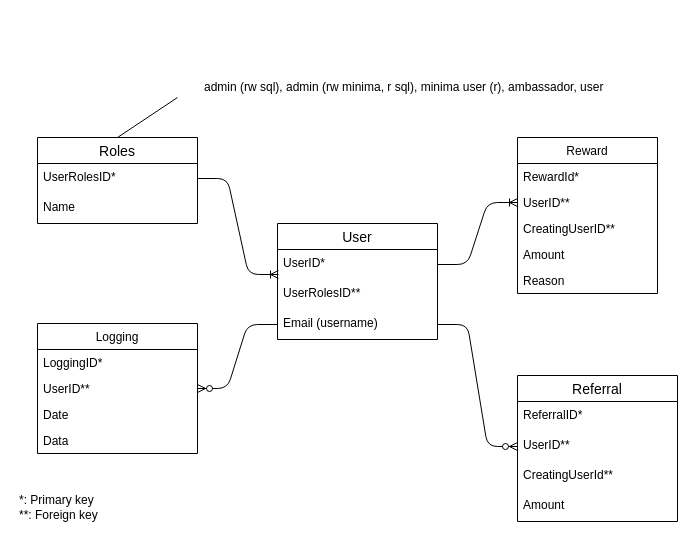
Earlier version of the draw.io diagram docs/images/dbase.drawio (minima-global/incentivecash). Source tidied: cells renumbered, new cells numbered last; positions are measured from the earlier drawing's top-left corner, leaving out a move shared by most shapes. Both pictures are drawn from the tidied source at 100%, with x=0, y=0 at pixel (17, 77).
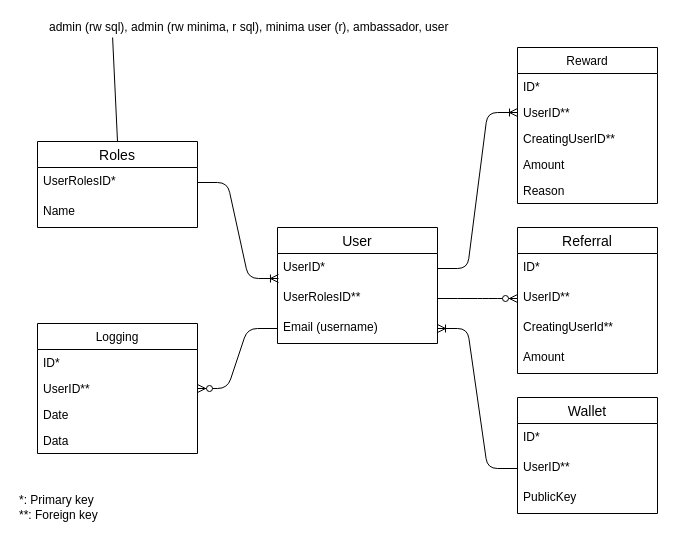
The same page after the edit.

Unchanged cells that the change refers to:
```xml
<mxCell id="4" value="UserRolesID**" style="text;strokeColor=none;fillColor=none;spacingLeft=4;spacingRight=4;overflow=hidden;points=[[0,0.5],[1,0.5]];portConstraint=eastwest;fontSize=12;" parent="2" vertex="1">
  <mxGeometry y="56" width="160" height="30" as="geometry" />
</mxCell>
<mxCell id="5" value="Email (username)" style="text;strokeColor=none;fillColor=none;spacingLeft=4;spacingRight=4;overflow=hidden;points=[[0,0.5],[1,0.5]];portConstraint=eastwest;fontSize=12;" parent="2" vertex="1">
  <mxGeometry y="86" width="160" height="30" as="geometry" />
</mxCell>
<mxCell id="15" value="Logging" style="swimlane;fontStyle=0;horizontal=1;startSize=26;fillColor=none;" parent="1" vertex="1">
  <mxGeometry x="20" y="246" width="160" height="130" as="geometry" />
</mxCell>
```

What changed in the source:
```diff
@@
     <mxCell id="2" value="User" style="swimlane;fontStyle=0;horizontal=1;startSize=26;align=center;fontSize=14;" parent="1" vertex="1">
-      <mxGeometry x="260" y="146" width="160" height="116" as="geometry" />
+      <mxGeometry x="260" y="150" width="160" height="116" as="geometry" />
     </mxCell>
@@
     <mxCell id="6" value="Roles" style="swimlane;fontStyle=0;horizontal=1;startSize=26;align=center;fontSize=14;" parent="1" vertex="1">
-      <mxGeometry x="20" y="60" width="160" height="86" as="geometry" />
+      <mxGeometry x="20" y="64" width="160" height="86" as="geometry" />
     </mxCell>
@@
     <mxCell id="9" value="Reward" style="swimlane;fontStyle=0;horizontal=1;startSize=26;fillColor=none;" parent="1" vertex="1">
-      <mxGeometry x="500" y="60" width="140" height="156" as="geometry" />
+      <mxGeometry x="500" y="-30" width="140" height="156" as="geometry" />
     </mxCell>
-    <mxCell id="10" value="RewardId*&#10;" style="text;strokeColor=none;fillColor=none;align=left;verticalAlign=top;spacingLeft=4;spacingRight=4;overflow=hidden;" parent="9" vertex="1">
+    <mxCell id="10" value="ID*" style="text;strokeColor=none;fillColor=none;align=left;verticalAlign=top;spacingLeft=4;spacingRight=4;overflow=hidden;" parent="9" vertex="1">
       <mxGeometry y="26" width="140" height="26" as="geometry" />
     </mxCell>
@@
-    <mxCell id="16" value="LoggingID*" style="text;strokeColor=none;fillColor=none;align=left;verticalAlign=top;spacingLeft=4;spacingRight=4;overflow=hidden;" parent="15" vertex="1">
+    <mxCell id="16" value="ID*" style="text;strokeColor=none;fillColor=none;align=left;verticalAlign=top;spacingLeft=4;spacingRight=4;overflow=hidden;" parent="15" vertex="1">
       <mxGeometry y="26" width="160" height="26" as="geometry" />
     </mxCell>
@@
     <mxCell id="21" value="admin (rw sql), admin (rw minima, r sql), minima user (r), ambassador, user&amp;nbsp;" style="text;html=1;align=left;verticalAlign=middle;points=[];" parent="1" vertex="1">
-      <mxGeometry x="185" width="420" height="20" as="geometry" />
+      <mxGeometry x="30" y="-60" width="420" height="20" as="geometry" />
     </mxCell>
     <mxCell id="22" value="Referral" style="swimlane;fontStyle=0;horizontal=1;startSize=26;align=center;fontSize=14;" parent="1" vertex="1">
-      <mxGeometry x="500" y="298" width="160" height="146" as="geometry" />
+      <mxGeometry x="500" y="150" width="140" height="146" as="geometry" />
     </mxCell>
-    <mxCell id="23" value="ReferralID*" style="text;strokeColor=none;fillColor=none;spacingLeft=4;spacingRight=4;overflow=hidden;fontSize=12;" parent="22" vertex="1">
-      <mxGeometry y="26" width="160" height="30" as="geometry" />
+    <mxCell id="23" value="ID*" style="text;strokeColor=none;fillColor=none;spacingLeft=4;spacingRight=4;overflow=hidden;fontSize=12;" parent="22" vertex="1">
+      <mxGeometry y="26" width="140" height="30" as="geometry" />
     </mxCell>
     <mxCell id="24" value="UserID**" style="text;strokeColor=none;fillColor=none;spacingLeft=4;spacingRight=4;overflow=hidden;points=[[0,0.5],[1,0.5]];portConstraint=eastwest;fontSize=12;" parent="22" vertex="1">
-      <mxGeometry y="56" width="160" height="30" as="geometry" />
+      <mxGeometry y="56" width="140" height="30" as="geometry" />
     </mxCell>
     <mxCell id="25" value="CreatingUserId**" style="text;strokeColor=none;fillColor=none;spacingLeft=4;spacingRight=4;overflow=hidden;fontSize=12;" parent="22" vertex="1">
-      <mxGeometry y="86" width="160" height="30" as="geometry" />
+      <mxGeometry y="86" width="140" height="30" as="geometry" />
     </mxCell>
     <mxCell id="26" value="Amount" style="text;strokeColor=none;fillColor=none;spacingLeft=4;spacingRight=4;overflow=hidden;fontSize=12;" parent="22" vertex="1">
-      <mxGeometry y="116" width="160" height="30" as="geometry" />
+      <mxGeometry y="116" width="140" height="30" as="geometry" />
     </mxCell>
-    <mxCell id="27" style="edgeStyle=entityRelationEdgeStyle;fontSize=12;html=1;endArrow=ERzeroToMany;endFill=1;entryX=0;entryY=0.5;entryDx=0;entryDy=0;exitX=1;exitY=0.5;exitDx=0;exitDy=0;" parent="1" edge="1" source="5" target="24">
+    <mxCell id="27" style="edgeStyle=entityRelationEdgeStyle;fontSize=12;html=1;endArrow=ERzeroToMany;endFill=1;entryX=0;entryY=0.5;entryDx=0;entryDy=0;exitX=1;exitY=0.5;exitDx=0;exitDy=0;" parent="1" edge="1" source="4" target="24">
       <mxGeometry relative="1" as="geometry" />
     </mxCell>
-    <mxCell id="28" style="endArrow=none;html=1;exitX=0.5;exitY=0;exitDx=0;exitDy=0;" parent="1" edge="1" source="6">
-      <mxGeometry relative="1" as="geometry">
-        <mxPoint x="160" y="20" as="targetPoint" />
-      </mxGeometry>
+    <mxCell id="28" style="endArrow=none;html=1;exitX=0.5;exitY=0;exitDx=0;exitDy=0;entryX=0.155;entryY=1;entryDx=0;entryDy=0;entryPerimeter=0;" parent="1" edge="1" source="6" target="21">
+      <mxGeometry relative="1" as="geometry" />
     </mxCell>
@@
+    <mxCell id="32" value="Wallet" style="swimlane;fontStyle=0;horizontal=1;startSize=26;align=center;fontSize=14;" parent="1" vertex="1">
+      <mxGeometry x="500" y="320" width="140" height="116" as="geometry" />
+    </mxCell>
+    <mxCell id="33" value="ID*" style="text;strokeColor=none;fillColor=none;spacingLeft=4;spacingRight=4;overflow=hidden;fontSize=12;" parent="32" vertex="1">
+      <mxGeometry y="26" width="140" height="30" as="geometry" />
+    </mxCell>
+    <mxCell id="34" value="UserID**" style="text;strokeColor=none;fillColor=none;spacingLeft=4;spacingRight=4;overflow=hidden;points=[[0,0.5],[1,0.5]];portConstraint=eastwest;fontSize=12;" parent="32" vertex="1">
+      <mxGeometry y="56" width="140" height="30" as="geometry" />
+    </mxCell>
+    <mxCell id="35" value="PublicKey" style="text;strokeColor=none;fillColor=none;spacingLeft=4;spacingRight=4;overflow=hidden;fontSize=12;" parent="32" vertex="1">
+      <mxGeometry y="86" width="140" height="30" as="geometry" />
+    </mxCell>
+    <mxCell id="36" style="edgeStyle=orthogonalEdgeStyle;rounded=0;orthogonalLoop=1;jettySize=auto;html=1;exitX=1;exitY=0.5;exitDx=0;exitDy=0;" parent="32" edge="1" source="34" target="34">
+      <mxGeometry relative="1" as="geometry" />
+    </mxCell>
+    <mxCell id="37" style="edgeStyle=entityRelationEdgeStyle;fontSize=12;html=1;endArrow=ERoneToMany;entryX=1;entryY=0.5;entryDx=0;entryDy=0;exitX=0;exitY=0.5;exitDx=0;exitDy=0;" parent="1" edge="1" source="34" target="5">
+      <mxGeometry relative="1" as="geometry" />
+    </mxCell>
```
